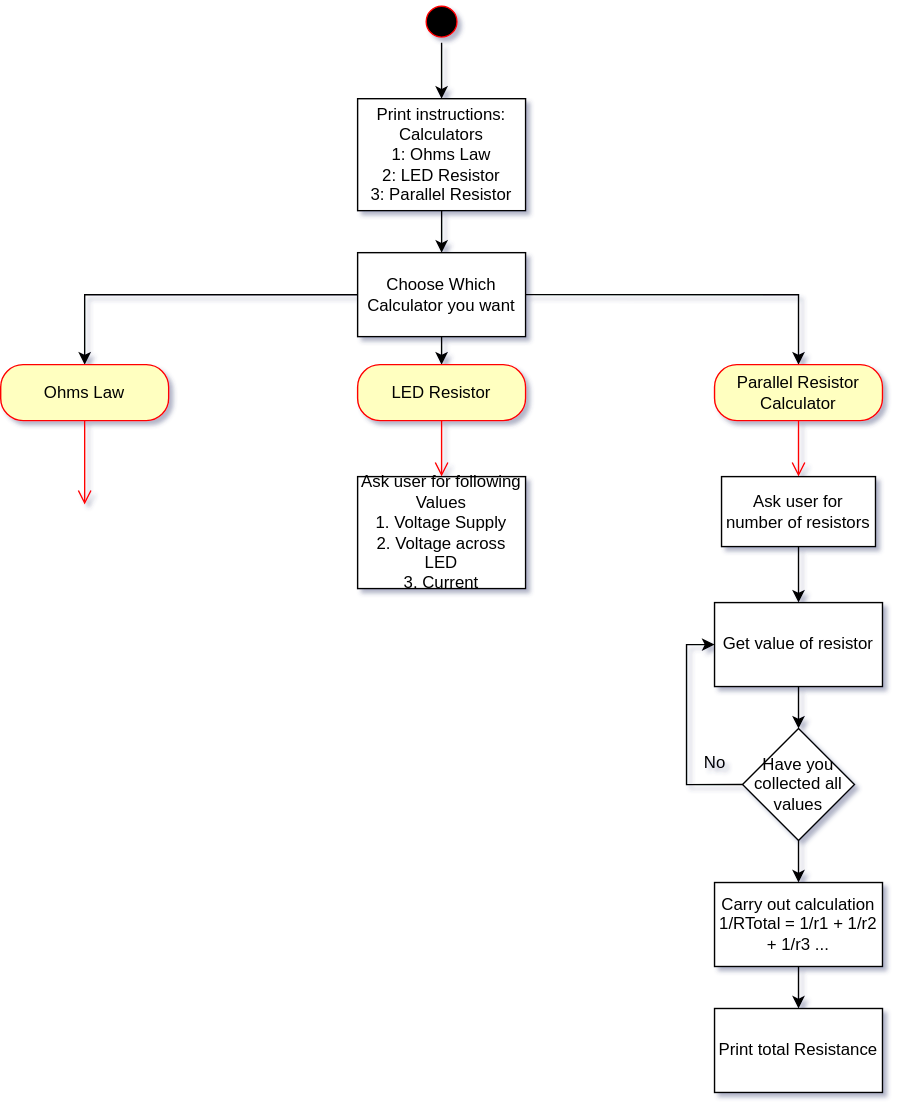
This is Code Folder/engineeringCalc.drawio.svg from JFinnTeacher/PME-Coding-with-Syntax, a draw.io export, as it was before one commit. Source tidied: cells renumbered, new cells last; positions are measured from the earlier drawing's top-left corner, leaving out a move shared by most shapes.
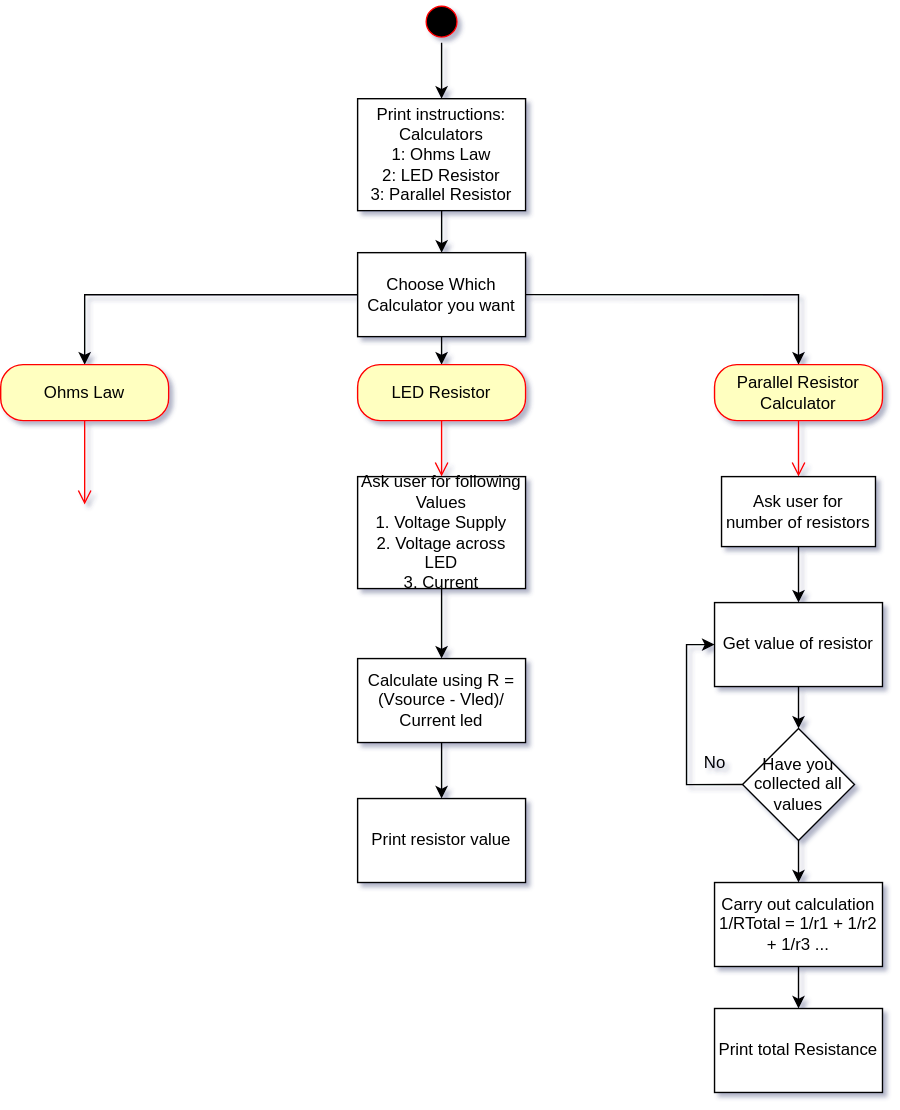
Above is the later version.

What changed in the source:
```diff
@@ -79,8 +79,20 @@
     <mxCell id="26" value="Print total Resistance" style="whiteSpace=wrap;html=1;" parent="1" vertex="1">
       <mxGeometry x="510" y="720" width="120" height="60" as="geometry" />
     </mxCell>
+    <mxCell id="28" style="edgeStyle=orthogonalEdgeStyle;rounded=0;jettySize=auto;html=1;" parent="1" edge="1" source="27" target="30">
+      <mxGeometry relative="1" as="geometry" />
+    </mxCell>
     <mxCell id="27" value="&lt;div&gt;Ask user for following Values&lt;/div&gt;&lt;div&gt;1. Voltage Supply&lt;/div&gt;&lt;div&gt;2. Voltage across LED&lt;/div&gt;&lt;div&gt;3. Current&lt;br&gt;&lt;/div&gt;" style="whiteSpace=wrap;html=1;" parent="1" vertex="1">
       <mxGeometry x="255" y="340" width="120" height="80" as="geometry" />
     </mxCell>
+    <mxCell id="29" style="edgeStyle=orthogonalEdgeStyle;rounded=0;jettySize=auto;html=1;" parent="1" edge="1" source="30" target="31">
+      <mxGeometry relative="1" as="geometry" />
+    </mxCell>
+    <mxCell id="30" value="Calculate using R = (Vsource - Vled)/ Current led" style="whiteSpace=wrap;html=1;" parent="1" vertex="1">
+      <mxGeometry x="255" y="470" width="120" height="60" as="geometry" />
+    </mxCell>
+    <mxCell id="31" value="Print resistor value" style="whiteSpace=wrap;html=1;" parent="1" vertex="1">
+      <mxGeometry x="255" y="570" width="120" height="60" as="geometry" />
+    </mxCell>
   </root>
 </mxGraphModel>
```
